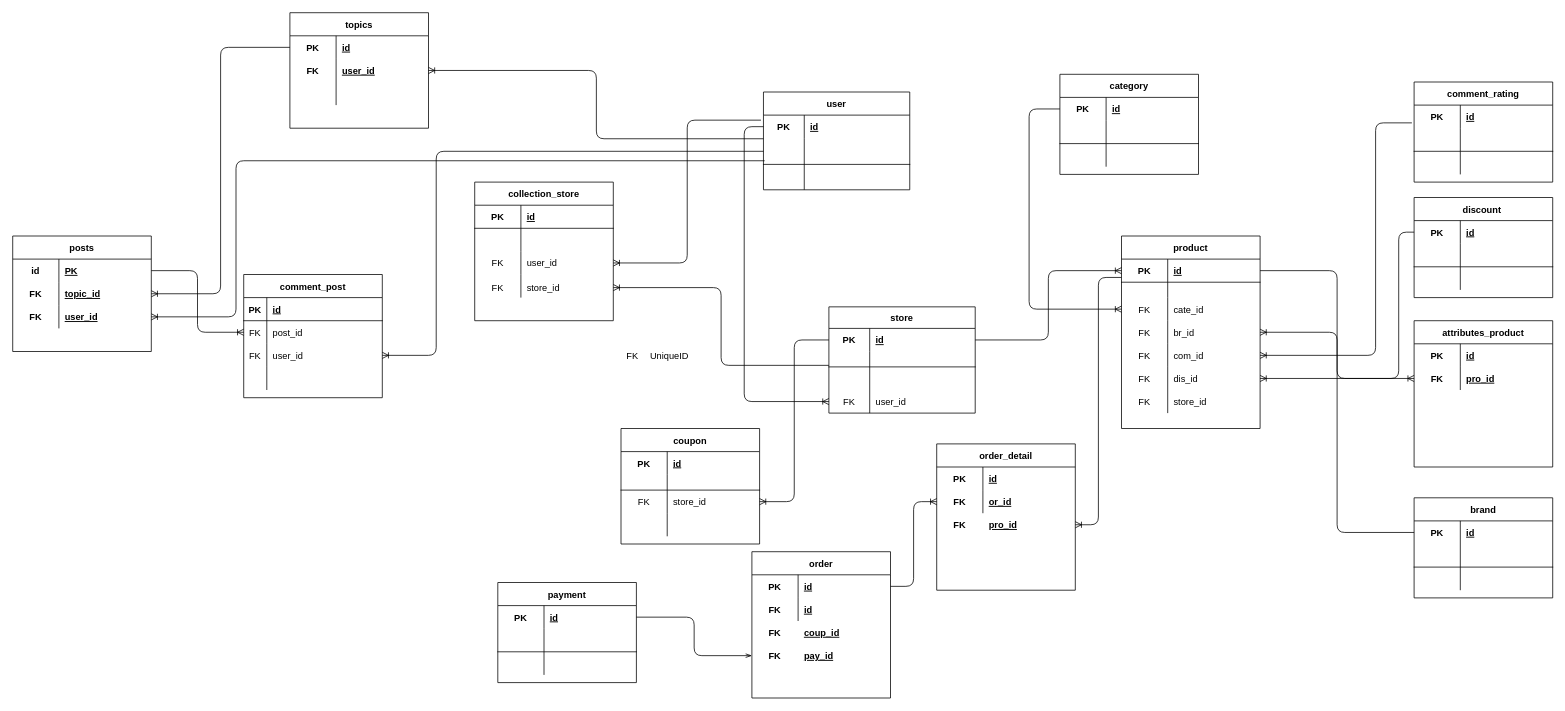
The draw.io diagram erdlv1.drawio in nguyenthanhdat22012001/project-ecommerce, before the edit. Source tidied: cells renumbered, new cells numbered last; positions are measured from the earlier drawing's top-left corner, leaving out a move shared by most shapes. Both pictures are drawn from the tidied source at 77%, with x=0, y=0 at pixel (12, 12).
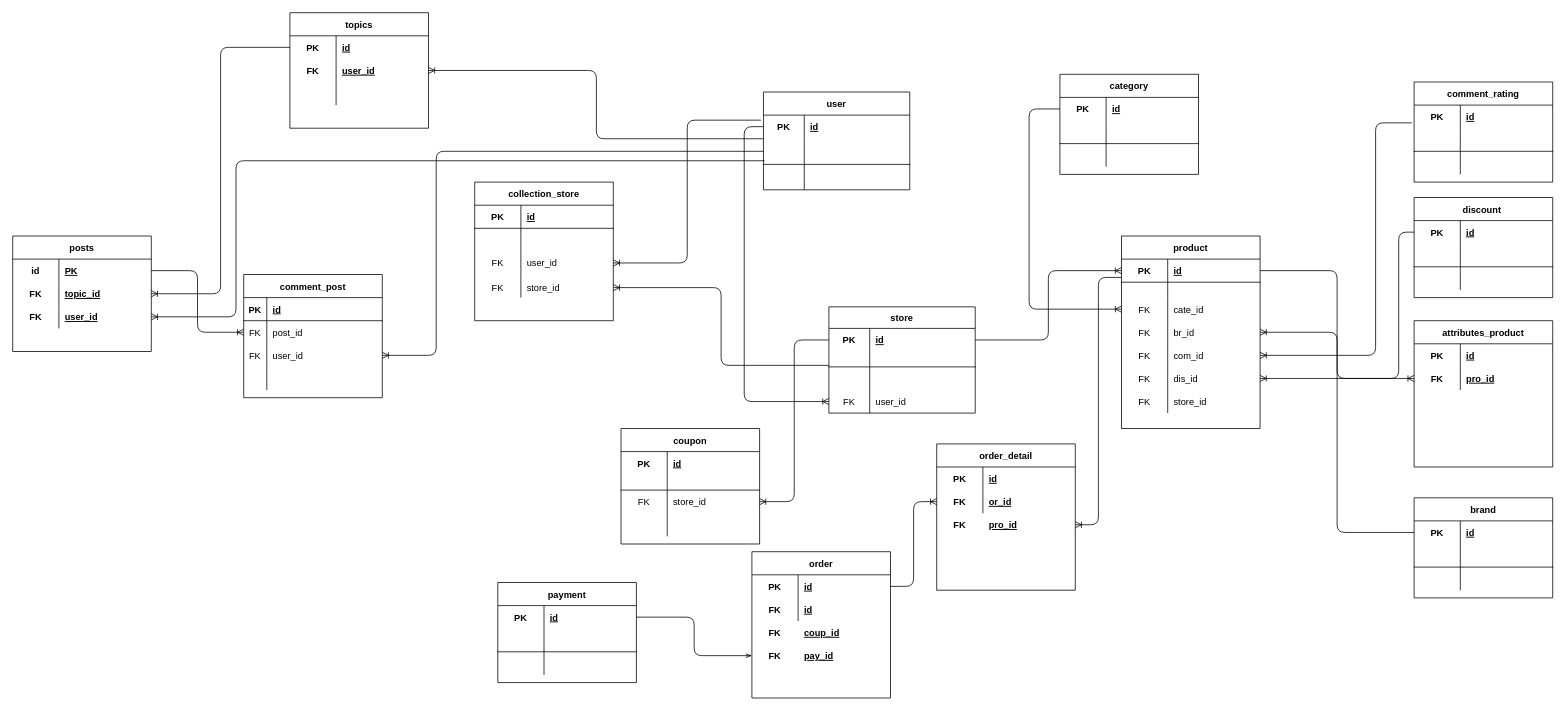
After the change.

Commit message:
Cập nhật erdlv1.drawio

Change to the diagram source:
```diff
@@
-    <mxCell id="203" style="shape=table;startSize=0;childLayout=tableLayout;rowLines=0;fontStyle=0;align=center;strokeColor=none;fillColor=none;" parent="1" vertex="1">
-      <mxGeometry x="790" y="430" width="180" height="30" as="geometry" />
-    </mxCell>
-    <mxCell id="204" style="shape=partialRectangle;fillColor=none;top=0;left=0;bottom=0;right=0;" parent="203" vertex="1">
-      <mxGeometry width="180" height="30" as="geometry" />
-    </mxCell>
-    <mxCell id="205" value="FK" style="shape=partialRectangle;fillColor=none;top=0;left=0;bottom=0;right=0;fontStyle=0;overflow=hidden;" parent="204" vertex="1">
-      <mxGeometry width="30" height="30" as="geometry" />
-    </mxCell>
-    <mxCell id="206" value="UniqueID" style="shape=partialRectangle;fillColor=none;top=0;left=0;bottom=0;right=0;align=left;spacingLeft=6;fontStyle=0;overflow=hidden;" parent="204" vertex="1">
-      <mxGeometry x="30" width="150" height="30" as="geometry" />
-    </mxCell>
```
